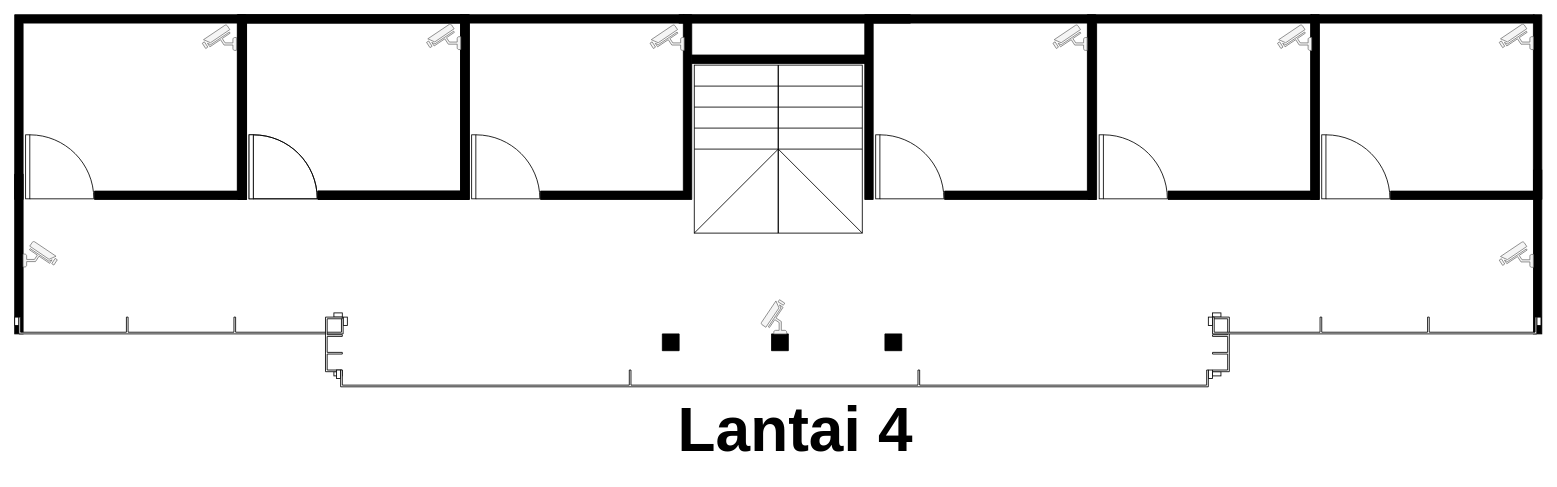
Earlier version of the draw.io diagram page "4nd - floor" (4 of 4) of Diagram Tanpa Judul.drawio (mohammadrifanmushlih17/My-Project-Draw). Source tidied: cells renumbered, new cells numbered last; positions are measured from the earlier drawing's top-left corner, leaving out a move shared by most shapes. Both pictures are drawn from the tidied source at 84%, with x=0, y=0 at pixel (14, 14).
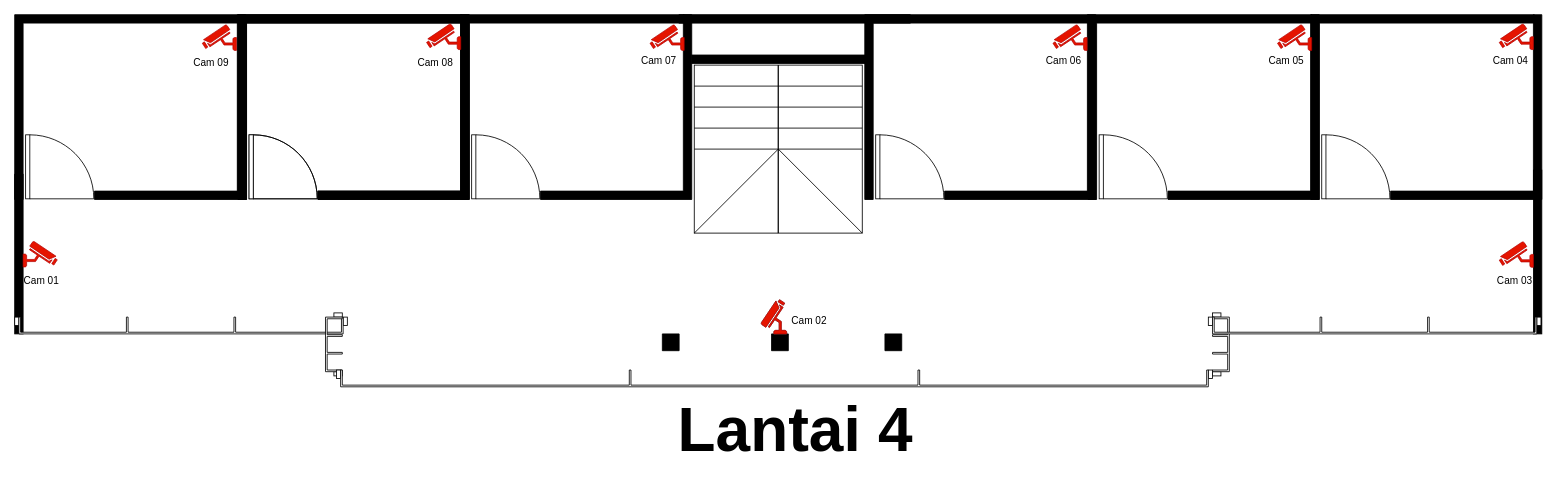
The same diagram, later.

Unchanged cells that the change refers to:
```xml
<mxCell id="9" style="group;" parent="1" vertex="1">
  <mxGeometry x="531" width="275" height="220" as="geometry" />
</mxCell>
<mxCell id="16" style="group;" parent="1" vertex="1">
  <mxGeometry x="1278" width="275" height="220" as="geometry" />
</mxCell>
<mxCell id="38" style="group;" parent="1" vertex="1">
  <mxGeometry x="266" width="275" height="220" as="geometry" />
</mxCell>
```

The edit, as a diff of the source:
```diff
@@
+    <mxCell id="51" value="Cam 07" style="text;html=1;align=center;verticalAlign=middle;whiteSpace=wrap;rounded=0;" parent="9" vertex="1">
+      <mxGeometry x="206" y="40" width="60" height="30" as="geometry" />
+    </mxCell>
@@
+    <mxCell id="52" value="Cam 05" style="text;html=1;align=center;verticalAlign=middle;whiteSpace=wrap;rounded=0;" parent="16" vertex="1">
+      <mxGeometry x="206" y="40" width="60" height="30" as="geometry" />
+    </mxCell>
@@
-    <mxCell id="37" style="fontColor=#333333;verticalAlign=top;verticalLabelPosition=bottom;labelPosition=center;align=center;html=1;fillColor=#f5f5f5;strokeColor=#666666;gradientDirection=north;strokeWidth=2;shape=mxgraph.networks.security_camera;direction=east;flipH=1;" parent="1" vertex="1">
+    <mxCell id="37" style="fontColor=#ffffff;verticalAlign=top;verticalLabelPosition=bottom;labelPosition=center;align=center;html=1;fillColor=#e51400;strokeColor=#B20000;gradientDirection=north;strokeWidth=2;shape=mxgraph.networks.security_camera;direction=east;flipH=1;" parent="1" vertex="1">
       <mxGeometry x="223.3" y="12" width="40.7" height="30.5" as="geometry" />
     </mxCell>
@@
-    <mxCell id="42" style="fontColor=#333333;verticalAlign=top;verticalLabelPosition=bottom;labelPosition=center;align=center;html=1;fillColor=#f5f5f5;strokeColor=#666666;gradientDirection=north;strokeWidth=2;shape=mxgraph.networks.security_camera;direction=east;flipH=1;" parent="38" vertex="1">
+    <mxCell id="42" style="fontColor=#ffffff;verticalAlign=top;verticalLabelPosition=bottom;labelPosition=center;align=center;html=1;fillColor=#e51400;strokeColor=#B20000;gradientDirection=north;strokeWidth=2;shape=mxgraph.networks.security_camera;direction=east;flipH=1;" parent="38" vertex="1">
       <mxGeometry x="224.3" y="11" width="40.7" height="30.5" as="geometry" />
     </mxCell>
+    <mxCell id="53" value="Cam 08" style="text;html=1;align=center;verticalAlign=middle;whiteSpace=wrap;rounded=0;" parent="38" vertex="1">
+      <mxGeometry x="205" y="41.5" width="60" height="30" as="geometry" />
+    </mxCell>
-    <mxCell id="43" style="fontColor=#333333;verticalAlign=top;verticalLabelPosition=bottom;labelPosition=center;align=center;html=1;fillColor=#f5f5f5;strokeColor=#666666;gradientDirection=north;strokeWidth=2;shape=mxgraph.networks.security_camera;direction=east;flipH=1;" parent="1" vertex="1">
+    <mxCell id="43" style="fontColor=#ffffff;verticalAlign=top;verticalLabelPosition=bottom;labelPosition=center;align=center;html=1;fillColor=#e51400;strokeColor=#B20000;gradientDirection=north;strokeWidth=2;shape=mxgraph.networks.security_camera;direction=east;flipH=1;" parent="1" vertex="1">
       <mxGeometry x="756.3" y="12" width="40.7" height="30.5" as="geometry" />
     </mxCell>
-    <mxCell id="44" style="fontColor=#333333;verticalAlign=top;verticalLabelPosition=bottom;labelPosition=center;align=center;html=1;fillColor=#f5f5f5;strokeColor=#666666;gradientDirection=north;strokeWidth=2;shape=mxgraph.networks.security_camera;direction=east;flipH=1;" parent="1" vertex="1">
+    <mxCell id="44" style="fontColor=#ffffff;verticalAlign=top;verticalLabelPosition=bottom;labelPosition=center;align=center;html=1;fillColor=#e51400;strokeColor=#B20000;gradientDirection=north;strokeWidth=2;shape=mxgraph.networks.security_camera;direction=east;flipH=1;" parent="1" vertex="1">
       <mxGeometry x="1236" y="12" width="40.7" height="30.5" as="geometry" />
     </mxCell>
-    <mxCell id="45" style="fontColor=#333333;verticalAlign=top;verticalLabelPosition=bottom;labelPosition=center;align=center;html=1;fillColor=#f5f5f5;strokeColor=#666666;gradientDirection=north;strokeWidth=2;shape=mxgraph.networks.security_camera;direction=east;flipH=1;" parent="1" vertex="1">
+    <mxCell id="45" style="fontColor=#ffffff;verticalAlign=top;verticalLabelPosition=bottom;labelPosition=center;align=center;html=1;fillColor=#e51400;strokeColor=#B20000;gradientDirection=north;strokeWidth=2;shape=mxgraph.networks.security_camera;direction=east;flipH=1;" parent="1" vertex="1">
       <mxGeometry x="1503.3" y="12" width="40.7" height="30.5" as="geometry" />
     </mxCell>
-    <mxCell id="46" style="fontColor=#333333;verticalAlign=top;verticalLabelPosition=bottom;labelPosition=center;align=center;html=1;fillColor=#f5f5f5;strokeColor=#666666;gradientDirection=north;strokeWidth=2;shape=mxgraph.networks.security_camera;direction=east;flipH=1;" parent="1" vertex="1">
+    <mxCell id="46" style="fontColor=#ffffff;verticalAlign=top;verticalLabelPosition=bottom;labelPosition=center;align=center;html=1;fillColor=#e51400;strokeColor=#B20000;gradientDirection=north;strokeWidth=2;shape=mxgraph.networks.security_camera;direction=east;flipH=1;" parent="1" vertex="1">
       <mxGeometry x="1767.3" y="11" width="40.7" height="30.5" as="geometry" />
     </mxCell>
-    <mxCell id="47" style="fontColor=#333333;verticalAlign=top;verticalLabelPosition=bottom;labelPosition=center;align=center;html=1;fillColor=#f5f5f5;strokeColor=#666666;gradientDirection=north;strokeWidth=2;shape=mxgraph.networks.security_camera;direction=east;flipH=1;" parent="1" vertex="1">
+    <mxCell id="47" style="fontColor=#ffffff;verticalAlign=top;verticalLabelPosition=bottom;labelPosition=center;align=center;html=1;fillColor=#e51400;strokeColor=#B20000;gradientDirection=north;strokeWidth=2;shape=mxgraph.networks.security_camera;direction=east;flipH=1;" parent="1" vertex="1">
       <mxGeometry x="1767.3" y="270.2" width="40.7" height="30.5" as="geometry" />
     </mxCell>
-    <mxCell id="48" style="fontColor=#333333;verticalAlign=top;verticalLabelPosition=bottom;labelPosition=center;align=center;html=1;fillColor=#f5f5f5;strokeColor=#666666;gradientDirection=north;strokeWidth=2;shape=mxgraph.networks.security_camera;direction=east;flipH=0;" parent="1" vertex="1">
+    <mxCell id="48" style="fontColor=#ffffff;verticalAlign=top;verticalLabelPosition=bottom;labelPosition=center;align=center;html=1;fillColor=#e51400;strokeColor=#B20000;gradientDirection=north;strokeWidth=2;shape=mxgraph.networks.security_camera;direction=east;flipH=0;" parent="1" vertex="1">
       <mxGeometry x="10" y="269.8" width="40.7" height="30.5" as="geometry" />
     </mxCell>
@@
+    <mxCell id="54" style="fontColor=#ffffff;verticalAlign=top;verticalLabelPosition=bottom;labelPosition=center;align=center;html=1;fillColor=#e51400;strokeColor=#B20000;gradientDirection=north;strokeWidth=2;shape=mxgraph.networks.security_camera;direction=south;flipH=1;flipV=1;" parent="1" vertex="1">
+      <mxGeometry x="888.5" y="339.3" width="30.5" height="40.7" as="geometry" />
+    </mxCell>
+    <mxCell id="55" value="Cam 09" style="text;html=1;align=center;verticalAlign=middle;whiteSpace=wrap;rounded=0;" parent="1" vertex="1">
+      <mxGeometry x="204" y="41.5" width="60" height="30" as="geometry" />
+    </mxCell>
+    <mxCell id="56" value="Cam 01" style="text;html=1;align=center;verticalAlign=middle;whiteSpace=wrap;rounded=0;" parent="1" vertex="1">
+      <mxGeometry x="2" y="302" width="60" height="30" as="geometry" />
+    </mxCell>
+    <mxCell id="57" value="Cam 04" style="text;html=1;align=center;verticalAlign=middle;whiteSpace=wrap;rounded=0;" parent="1" vertex="1">
+      <mxGeometry x="1751" y="40" width="60" height="30" as="geometry" />
+    </mxCell>
+    <mxCell id="58" value="Cam 03" style="text;html=1;align=center;verticalAlign=middle;whiteSpace=wrap;rounded=0;" parent="1" vertex="1">
+      <mxGeometry x="1756" y="302" width="60" height="30" as="geometry" />
+    </mxCell>
+    <mxCell id="59" value="Cam 06" style="text;html=1;align=center;verticalAlign=middle;whiteSpace=wrap;rounded=0;" parent="1" vertex="1">
+      <mxGeometry x="1219" y="40" width="60" height="30" as="geometry" />
+    </mxCell>
+    <mxCell id="60" value="Cam 02" style="text;html=1;align=center;verticalAlign=middle;whiteSpace=wrap;rounded=0;" parent="1" vertex="1">
+      <mxGeometry x="916" y="350" width="60" height="30" as="geometry" />
+    </mxCell>
```
